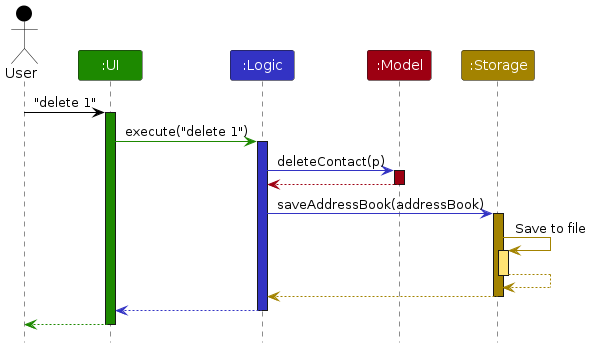
Before: diagrams/ArchitectureSequenceDiagram.png, a diagram exported from PlantUML (NHT020305/tp). Its source is kept beside it as diagrams/ArchitectureSequenceDiagram.puml. Source of this version:
```plantuml
@startuml
!include style.puml
skinparam ArrowFontStyle plain

Actor User as user USER_COLOR
Participant ":UI" as ui UI_COLOR
Participant ":Logic" as logic LOGIC_COLOR
Participant ":Model" as model MODEL_COLOR
Participant ":Storage" as storage STORAGE_COLOR

user -[USER_COLOR]> ui : "delete 1"
activate ui UI_COLOR

ui -[UI_COLOR]> logic : execute("delete 1")
activate logic LOGIC_COLOR

logic -[LOGIC_COLOR]> model : deleteContact(p)
activate model MODEL_COLOR

model -[MODEL_COLOR]-> logic
deactivate model

logic -[LOGIC_COLOR]> storage : saveAddressBook(addressBook)
activate storage STORAGE_COLOR

storage -[STORAGE_COLOR]> storage : Save to file
activate storage STORAGE_COLOR_T1
storage --[STORAGE_COLOR]> storage
deactivate storage

storage --[STORAGE_COLOR]> logic
deactivate storage

logic --[LOGIC_COLOR]> ui
deactivate logic

ui--[UI_COLOR]> user
deactivate ui
@enduml
```
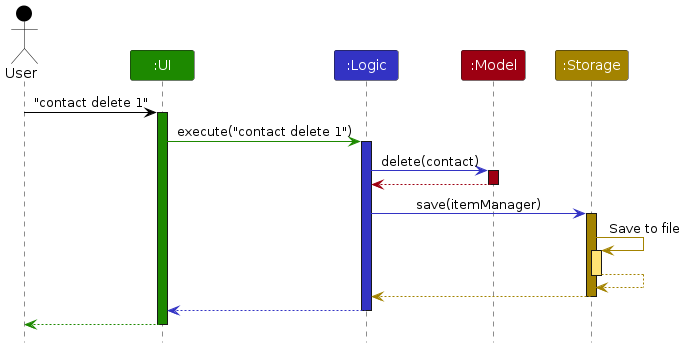
Later version of the same file.

Diff of the diagram source:
```diff
@@ -8,19 +8,19 @@
 Participant ":Model" as model MODEL_COLOR
 Participant ":Storage" as storage STORAGE_COLOR
 
-user -[USER_COLOR]> ui : "delete 1"
+user -[USER_COLOR]> ui : "contact delete 1"
 activate ui UI_COLOR
 
-ui -[UI_COLOR]> logic : execute("delete 1")
+ui -[UI_COLOR]> logic : execute("contact delete 1")
 activate logic LOGIC_COLOR
 
-logic -[LOGIC_COLOR]> model : deleteContact(p)
+logic -[LOGIC_COLOR]> model : delete(contact)
 activate model MODEL_COLOR
 
 model -[MODEL_COLOR]-> logic
 deactivate model
 
-logic -[LOGIC_COLOR]> storage : saveAddressBook(addressBook)
+logic -[LOGIC_COLOR]> storage : save(itemManager)
 activate storage STORAGE_COLOR
 
 storage -[STORAGE_COLOR]> storage : Save to file
```
